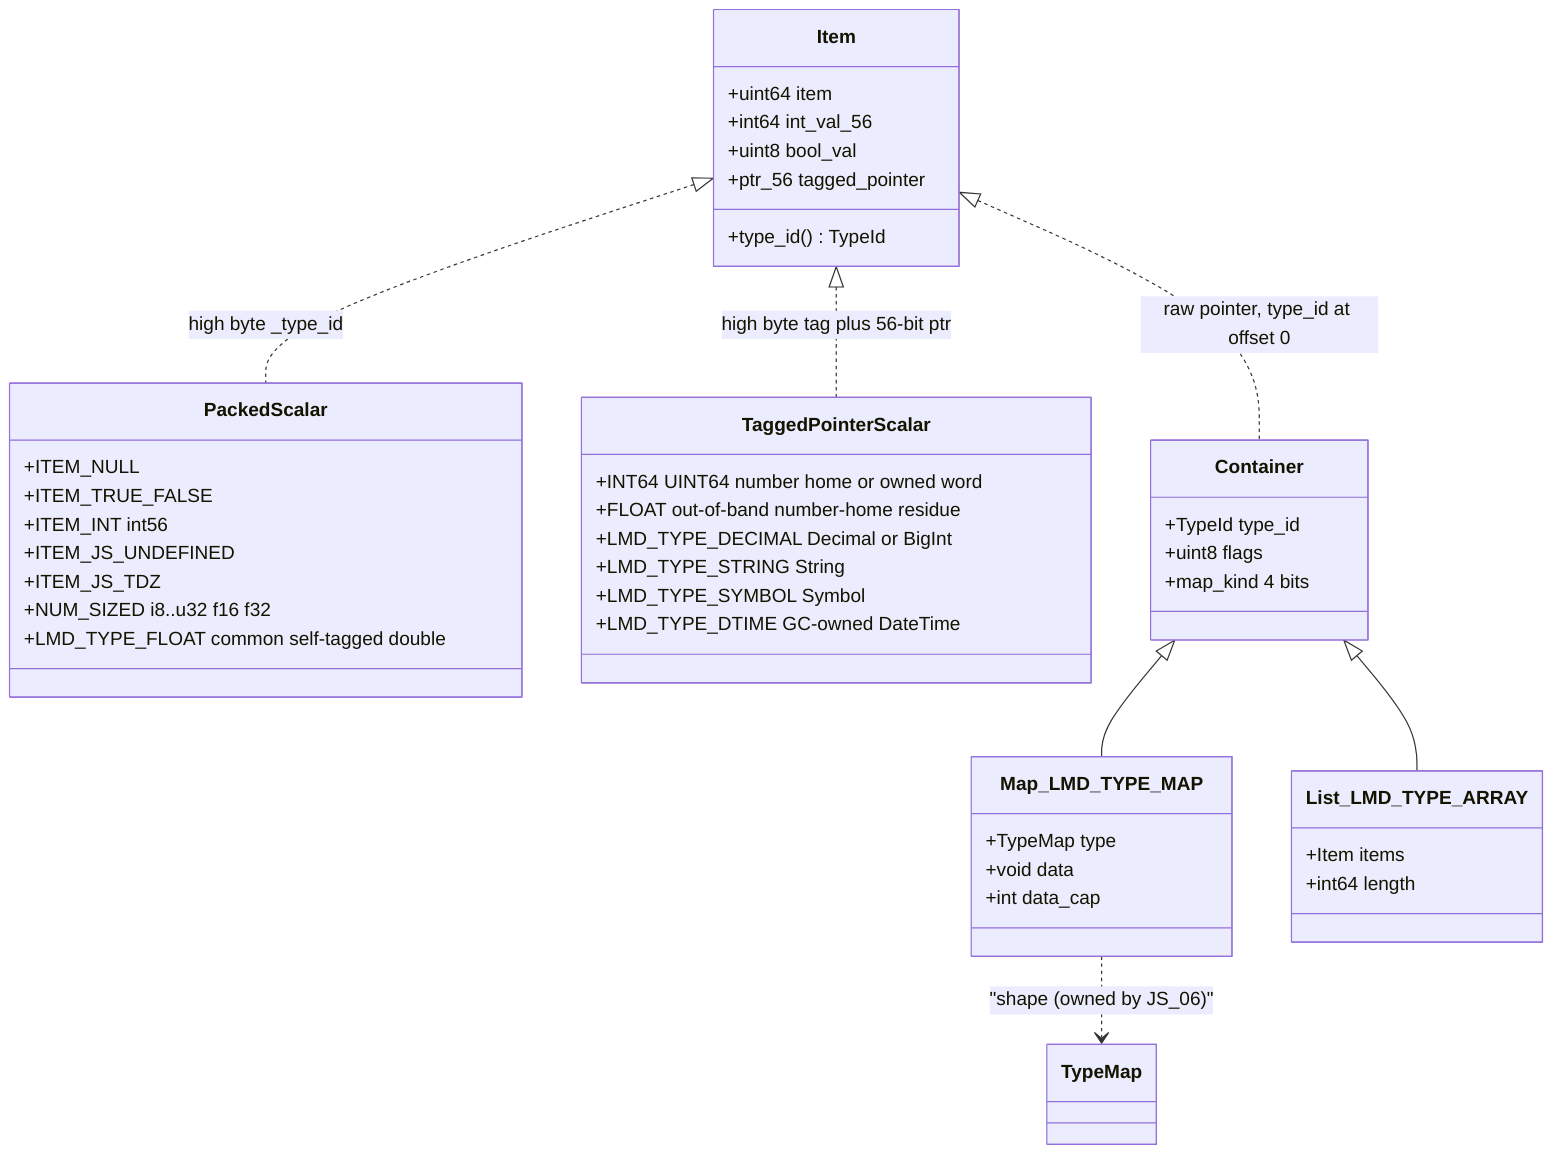
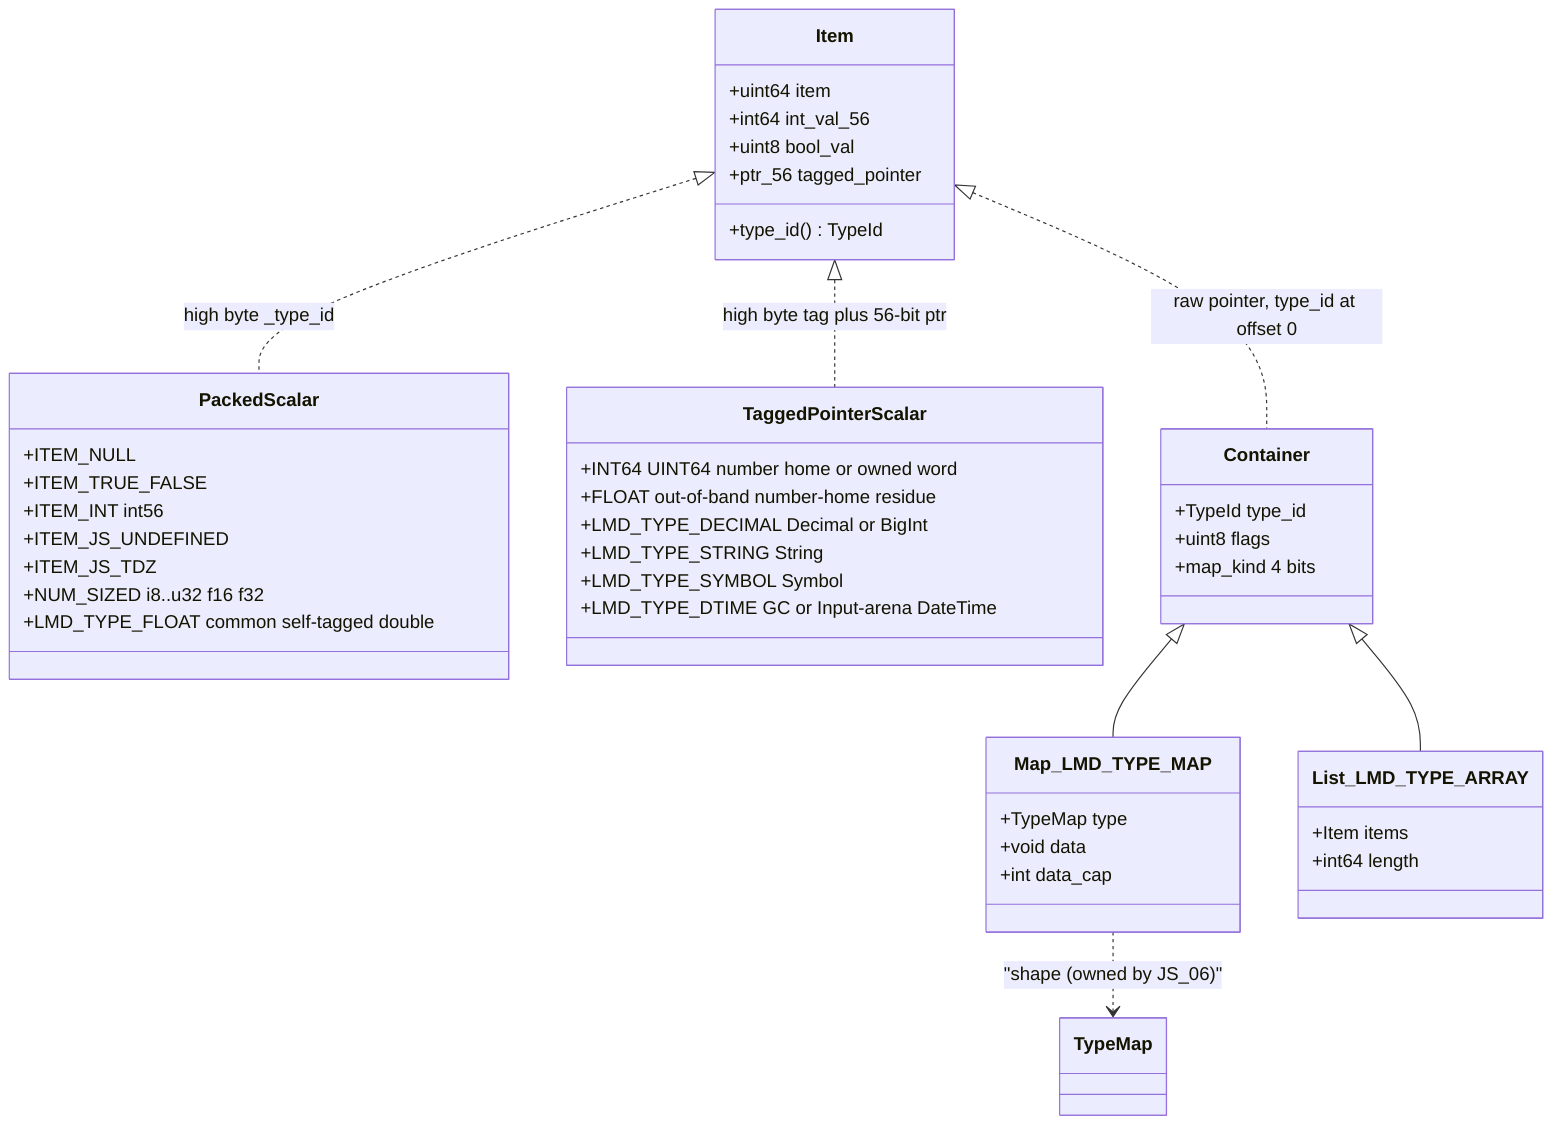
classDiagram
  class Item {
    +uint64 item
    +int64 int_val_56
    +uint8 bool_val
    +ptr_56 tagged_pointer
    +type_id() TypeId
  }
  class PackedScalar {
    +ITEM_NULL
    +ITEM_TRUE_FALSE
    +ITEM_INT int56
    +ITEM_JS_UNDEFINED
    +ITEM_JS_TDZ
    +NUM_SIZED i8..u32 f16 f32
    +LMD_TYPE_FLOAT common self-tagged double
  }
  class TaggedPointerScalar {
    +INT64 UINT64 number home or owned word
    +FLOAT out-of-band number-home residue
    +LMD_TYPE_DECIMAL Decimal or BigInt
    +LMD_TYPE_STRING String
    +LMD_TYPE_SYMBOL Symbol
-     +LMD_TYPE_DTIME GC-owned DateTime
+     +LMD_TYPE_DTIME GC or Input-arena DateTime
  }
  class Container {
    +TypeId type_id
    +uint8 flags
    +map_kind 4 bits
  }
  class Map_LMD_TYPE_MAP {
    +TypeMap type
    +void data
    +int data_cap
  }
  class List_LMD_TYPE_ARRAY {
    +Item items
    +int64 length
  }
  Item <|.. PackedScalar : high byte _type_id
  Item <|.. TaggedPointerScalar : high byte tag plus 56-bit ptr
  Item <|.. Container : raw pointer, type_id at offset 0
  Container <|-- Map_LMD_TYPE_MAP
  Container <|-- List_LMD_TYPE_ARRAY
  Map_LMD_TYPE_MAP ..> TypeMap : "shape (owned by JS_06)"
